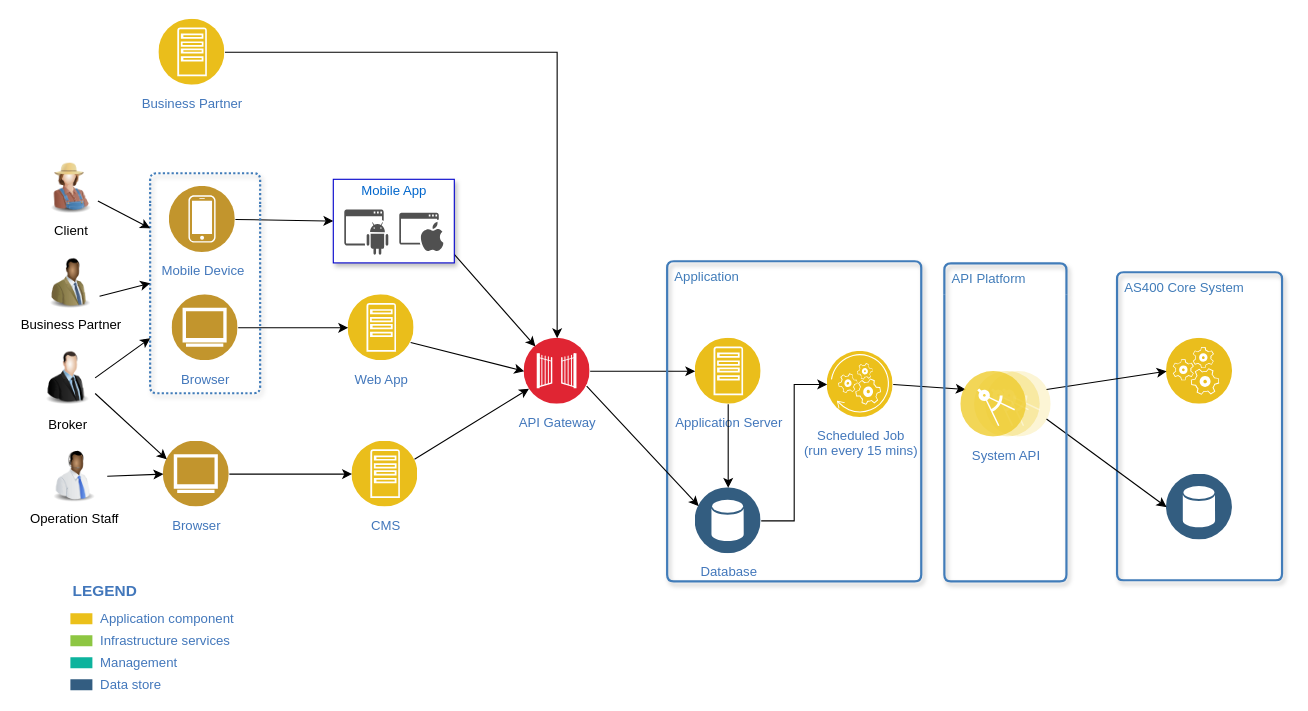
Earlier version of the draw.io diagram page "Logical Component" (1 of 2) of Bravo_Architecture.drawio (whalebig27/change-request-process-diagram). Source tidied: cells renumbered, new cells numbered last; positions are measured from the earlier drawing's top-left corner, leaving out a move shared by most shapes. Both pictures are drawn from the tidied source at 110%, with x=0, y=0 at pixel (40, 19).
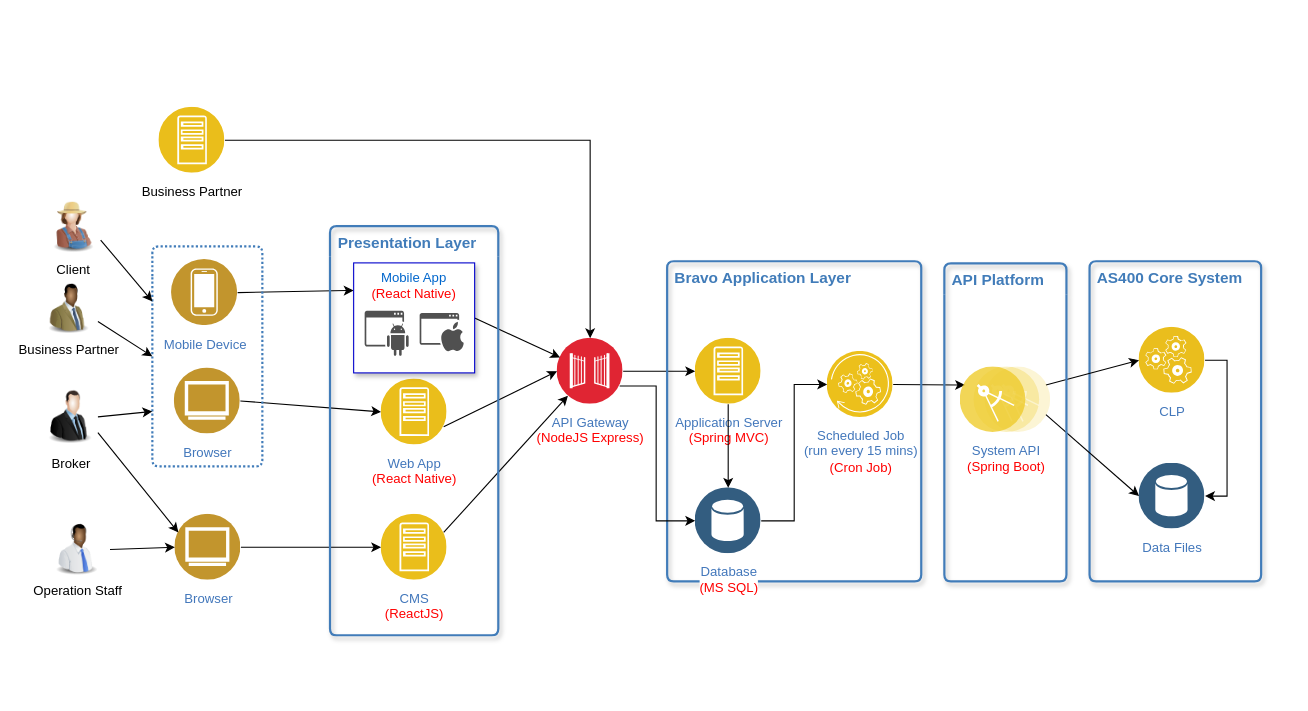
The same page after the edit.

The change refers to these unchanged cells:
```xml
<mxCell id="45" value="Mobile Device" style="perimeter=ellipsePerimeter;html=1;align=center;shadow=0;dashed=0;fontColor=#4277BB;labelBackgroundColor=#ffffff;fontSize=12;spacingTop=3;image;image=img/lib/ibm/users/device.svg;" parent="44" vertex="1">
  <mxGeometry x="17.5" y="12" width="60" height="60" as="geometry" />
</mxCell>
```

What changed in the source:
```diff
@@
-    <mxCell id="2" value="&lt;font style=&quot;font-size: 12px&quot;&gt;CMS&lt;/font&gt;" style="perimeter=ellipsePerimeter;html=1;align=center;shadow=0;dashed=0;fontColor=#4277BB;labelBackgroundColor=#ffffff;fontSize=12;spacingTop=3;image;image=img/lib/ibm/applications/app_server.svg;" parent="1" vertex="1">
-      <mxGeometry x="283.5" y="383.5" width="60" height="60" as="geometry" />
-    </mxCell>
-    <mxCell id="3" value="Web App" style="perimeter=ellipsePerimeter;html=1;align=center;shadow=0;dashed=0;fontColor=#4277BB;labelBackgroundColor=#ffffff;fontSize=12;spacingTop=3;image;image=img/lib/ibm/applications/app_server.svg;" parent="1" vertex="1">
-      <mxGeometry x="280" y="250.5" width="60" height="60" as="geometry" />
-    </mxCell>
@@
     <mxCell id="5" value="Browser" style="perimeter=ellipsePerimeter;html=1;align=center;shadow=0;dashed=0;fontColor=#4277BB;labelBackgroundColor=#ffffff;fontSize=12;spacingTop=3;image;image=img/lib/ibm/users/browser.svg;" parent="1" vertex="1">
-      <mxGeometry x="112" y="383.5" width="60" height="60" as="geometry" />
+      <mxGeometry x="122.5" y="450" width="60" height="60" as="geometry" />
     </mxCell>
-    <mxCell id="6" value="API Gateway" style="perimeter=ellipsePerimeter;html=1;align=center;shadow=0;dashed=0;fontColor=#4277BB;labelBackgroundColor=#ffffff;fontSize=12;spacingTop=3;image;image=img/lib/ibm/security/gateway.svg;" parent="1" vertex="1">
-      <mxGeometry x="440" y="290" width="60" height="60" as="geometry" />
+    <mxCell id="6" value="API Gateway&lt;br&gt;&lt;font color=&quot;#ff0000&quot;&gt;(NodeJS Express)&lt;/font&gt;&lt;br&gt;" style="perimeter=ellipsePerimeter;html=1;align=center;shadow=0;dashed=0;fontColor=#4277BB;labelBackgroundColor=#ffffff;fontSize=12;spacingTop=3;image;image=img/lib/ibm/security/gateway.svg;" parent="1" vertex="1">
+      <mxGeometry x="470" y="290" width="60" height="60" as="geometry" />
     </mxCell>
     <mxCell id="7" value="Broker" style="image;html=1;labelBackgroundColor=#ffffff;image=img/lib/clip_art/people/Suit_Man_128x128.png;" parent="1" vertex="1">
-      <mxGeometry y="297.5" width="50" height="57" as="geometry" />
+      <mxGeometry x="2.5" y="333" width="50" height="57" as="geometry" />
     </mxCell>
     <mxCell id="8" value="Client" style="image;html=1;labelBackgroundColor=#ffffff;image=img/lib/clip_art/people/Farmer_Woman_128x128.png;" parent="1" vertex="1">
-      <mxGeometry x="2.5" y="125.5" width="50" height="53" as="geometry" />
+      <mxGeometry x="5" y="161" width="50" height="53" as="geometry" />
     </mxCell>
     <mxCell id="9" value="Business Partner" style="image;html=1;labelBackgroundColor=#ffffff;image=img/lib/clip_art/people/Suit_Man_Green_Black_128x128.png;" parent="1" vertex="1">
-      <mxGeometry x="1" y="216.5" width="53" height="47" as="geometry" />
+      <mxGeometry x="-0.5" y="239.5" width="53" height="47" as="geometry" />
     </mxCell>
     <mxCell id="10" value="Operation Staff" style="image;html=1;labelBackgroundColor=#ffffff;image=img/lib/clip_art/people/Telesales_Man_Black_128x128.png;" parent="1" vertex="1">
-      <mxGeometry x="1" y="391.5" width="60" height="48" as="geometry" />
+      <mxGeometry x="3.5" y="458" width="60" height="48" as="geometry" />
     </mxCell>
-    <mxCell id="11" value="&lt;font style=&quot;font-size: 12px&quot;&gt;Business Partner&lt;/font&gt;" style="perimeter=ellipsePerimeter;html=1;align=center;shadow=0;dashed=0;fontColor=#4277BB;labelBackgroundColor=#ffffff;fontSize=12;spacingTop=3;image;image=img/lib/ibm/applications/app_server.svg;" parent="1" vertex="1">
-      <mxGeometry x="108" width="60" height="60" as="geometry" />
+    <mxCell id="11" value="&lt;font style=&quot;font-size: 12px&quot;&gt;&lt;font color=&quot;#000000&quot;&gt;Business Partner&lt;/font&gt;&lt;br&gt;&lt;/font&gt;" style="perimeter=ellipsePerimeter;html=1;align=center;shadow=0;dashed=0;fontColor=#4277BB;labelBackgroundColor=#ffffff;fontSize=12;spacingTop=3;image;image=img/lib/ibm/applications/app_server.svg;" parent="1" vertex="1">
+      <mxGeometry x="108" y="80" width="60" height="60" as="geometry" />
     </mxCell>
-    <mxCell id="12" style="rounded=0;jettySize=auto;html=1;exitX=1;exitY=0.5;exitDx=0;exitDy=0;entryX=0;entryY=0.5;entryDx=0;entryDy=0;" parent="1" edge="1" source="45" target="25">
+    <mxCell id="12" style="rounded=0;jettySize=auto;html=1;exitX=1;exitY=0.5;exitDx=0;exitDy=0;entryX=0;entryY=0.25;entryDx=0;entryDy=0;" parent="1" edge="1" source="45" target="55">
       <mxGeometry relative="1" as="geometry" />
     </mxCell>
@@
-    <mxCell id="14" style="rounded=0;jettySize=auto;html=1;" parent="1" edge="1" target="6">
-      <mxGeometry relative="1" as="geometry">
-        <mxPoint x="348.5" y="182" as="sourcePoint" />
-      </mxGeometry>
+    <mxCell id="14" style="rounded=0;jettySize=auto;html=1;exitX=1;exitY=0.5;exitDx=0;exitDy=0;" parent="1" edge="1" source="55" target="6">
+      <mxGeometry relative="1" as="geometry" />
     </mxCell>
@@
-    <mxCell id="18" value="Application component" style="rounded=0;html=1;shadow=0;labelBackgroundColor=none;strokeColor=none;strokeWidth=2;fillColor=#EBC01A;gradientColor=none;fontSize=12;fontColor=#4277BB;align=left;labelPosition=right;verticalLabelPosition=middle;verticalAlign=middle;spacingLeft=5;" parent="1" vertex="1">
-      <mxGeometry x="27.5" y="540" width="20" height="10" as="geometry" />
-    </mxCell>
-    <mxCell id="19" value="Infrastructure services" style="rounded=0;html=1;shadow=0;labelBackgroundColor=none;strokeColor=none;strokeWidth=2;fillColor=#8DC642;gradientColor=none;fontSize=12;fontColor=#4277BB;align=left;labelPosition=right;verticalLabelPosition=middle;verticalAlign=middle;spacingLeft=5;" parent="1" vertex="1">
-      <mxGeometry x="27.5" y="560" width="20" height="10" as="geometry" />
-    </mxCell>
-    <mxCell id="20" value="Management" style="rounded=0;html=1;shadow=0;labelBackgroundColor=none;strokeColor=none;strokeWidth=2;fillColor=#0DB39D;gradientColor=none;fontSize=12;fontColor=#4277BB;align=left;labelPosition=right;verticalLabelPosition=middle;verticalAlign=middle;spacingLeft=5;" parent="1" vertex="1">
-      <mxGeometry x="27.5" y="580" width="20" height="10" as="geometry" />
-    </mxCell>
-    <mxCell id="21" value="Data store" style="rounded=0;html=1;shadow=0;labelBackgroundColor=none;strokeColor=none;strokeWidth=2;fillColor=#335D81;gradientColor=none;fontSize=12;fontColor=#4277BB;align=left;labelPosition=right;verticalLabelPosition=middle;verticalAlign=middle;spacingLeft=5;" parent="1" vertex="1">
-      <mxGeometry x="27.5" y="600" width="20" height="10" as="geometry" />
-    </mxCell>
-    <mxCell id="22" value="LEGEND" style="text;html=1;align=left;verticalAlign=middle;fontColor=#4277BB;shadow=0;dashed=0;strokeColor=none;fillColor=none;labelBackgroundColor=none;fontStyle=1;fontSize=14;spacingLeft=0;" parent="1" vertex="1">
-      <mxGeometry x="27.5" y="510" width="150" height="20" as="geometry" />
-    </mxCell>
     <mxCell id="23" style="group;" parent="1" vertex="1">
-      <mxGeometry x="266.5" y="145.5" width="110" height="76" as="geometry" />
+      <mxGeometry x="266.5" y="180" width="150" height="380" as="geometry" />
     </mxCell>
     <mxCell id="24" style="group;shadow=1;" parent="23" vertex="1">
-      <mxGeometry width="110" height="76" as="geometry" />
+      <mxGeometry width="150" height="380" as="geometry" />
     </mxCell>
-    <mxCell id="25" style="rounded=0;whiteSpace=wrap;html=1;shadow=1;strokeColor=#0000CC;strokeWidth=1;" parent="24" vertex="1">
-      <mxGeometry width="110" height="76" as="geometry" />
-    </mxCell>
-    <mxCell id="26" style="shadow=0;dashed=0;html=1;strokeColor=none;fillColor=#505050;labelPosition=center;verticalLabelPosition=bottom;verticalAlign=top;align=center;shape=mxgraph.office.concepts.application_android;" parent="24" vertex="1">
-      <mxGeometry x="10" y="27.5" width="40" height="41" as="geometry" />
-    </mxCell>
-    <mxCell id="27" style="shadow=0;dashed=0;html=1;strokeColor=none;fillColor=#505050;labelPosition=center;verticalLabelPosition=bottom;verticalAlign=top;align=center;shape=mxgraph.office.concepts.application_ios;" parent="24" vertex="1">
-      <mxGeometry x="60" y="30.5" width="40" height="35" as="geometry" />
-    </mxCell>
-    <mxCell id="28" value="Mobile App" style="text;html=1;strokeColor=none;fillColor=none;align=center;verticalAlign=middle;whiteSpace=wrap;rounded=0;shadow=1;fontColor=#0066CC;" parent="24" vertex="1">
-      <mxGeometry x="15" width="80" height="20" as="geometry" />
-    </mxCell>
+    <mxCell id="53" value="&lt;b&gt;&lt;font style=&quot;font-size: 14px&quot;&gt;Presentation Layer&lt;/font&gt;&lt;/b&gt;" style="swimlane;fontStyle=0;horizontal=1;startSize=28;swimlaneLine=0;swimlaneFillColor=none;fillColor=none;rounded=1;whiteSpace=wrap;html=1;absoluteArcSize=1;arcSize=12;strokeColor=#417CB9;fontColor=#417CB9;verticalAlign=top;align=left;spacingLeft=5;dashed=0;strokeWidth=2;shadow=1;dashPattern=1 1;" parent="24" vertex="1">
+      <mxGeometry x="-3" y="8" width="153" height="372" as="geometry" />
+    </mxCell>
+    <mxCell id="3" value="Web App&lt;br&gt;&lt;font color=&quot;#ff0000&quot;&gt;(React Native)&lt;/font&gt;&lt;br&gt;" style="perimeter=ellipsePerimeter;html=1;align=center;shadow=0;dashed=0;fontColor=#4277BB;labelBackgroundColor=#ffffff;fontSize=12;spacingTop=3;image;image=img/lib/ibm/applications/app_server.svg;" parent="53" vertex="1">
+      <mxGeometry x="46.5" y="139" width="60" height="60" as="geometry" />
+    </mxCell>
+    <mxCell id="2" value="&lt;font style=&quot;font-size: 12px&quot;&gt;CMS&lt;br&gt;&lt;font color=&quot;#ff0000&quot;&gt;(ReactJS)&lt;/font&gt;&lt;br&gt;&lt;/font&gt;" style="perimeter=ellipsePerimeter;html=1;align=center;shadow=0;dashed=0;fontColor=#4277BB;labelBackgroundColor=#ffffff;fontSize=12;spacingTop=3;image;image=img/lib/ibm/applications/app_server.svg;" parent="53" vertex="1">
+      <mxGeometry x="46.5" y="262" width="60" height="60" as="geometry" />
+    </mxCell>
+    <mxCell id="54" style="group;" parent="53" vertex="1">
+      <mxGeometry x="21.5" y="43.5" width="110" height="90" as="geometry" />
+    </mxCell>
+    <mxCell id="55" style="rounded=0;whiteSpace=wrap;html=1;shadow=1;strokeColor=#0000CC;strokeWidth=1;" parent="54" vertex="1">
+      <mxGeometry y="-10" width="110" height="100" as="geometry" />
+    </mxCell>
+    <mxCell id="56" style="shadow=0;dashed=0;html=1;strokeColor=none;fillColor=#505050;labelPosition=center;verticalLabelPosition=bottom;verticalAlign=top;align=center;shape=mxgraph.office.concepts.application_android;" parent="54" vertex="1">
+      <mxGeometry x="10" y="33.5" width="40" height="41" as="geometry" />
+    </mxCell>
+    <mxCell id="57" style="shadow=0;dashed=0;html=1;strokeColor=none;fillColor=#505050;labelPosition=center;verticalLabelPosition=bottom;verticalAlign=top;align=center;shape=mxgraph.office.concepts.application_ios;" parent="54" vertex="1">
+      <mxGeometry x="60" y="35.5" width="40" height="35" as="geometry" />
+    </mxCell>
+    <mxCell id="58" value="Mobile App&lt;br&gt;&lt;font color=&quot;#ff0000&quot;&gt;(React Native)&lt;/font&gt;&lt;br&gt;" style="text;html=1;strokeColor=none;fillColor=none;align=center;verticalAlign=middle;whiteSpace=wrap;rounded=0;shadow=1;fontColor=#0066CC;" parent="54" vertex="1">
+      <mxGeometry x="15" width="80" height="20" as="geometry" />
+    </mxCell>
-    <mxCell id="29" value="AS400 Core System" style="swimlane;fontStyle=0;horizontal=1;startSize=28;swimlaneLine=0;swimlaneFillColor=none;fillColor=none;rounded=1;whiteSpace=wrap;html=1;absoluteArcSize=1;arcSize=12;strokeColor=#417CB9;fontColor=#417CB9;verticalAlign=top;align=left;spacingLeft=5;dashed=0;strokeWidth=2;shadow=1;" parent="1" vertex="1">
-      <mxGeometry x="979" y="230" width="150" height="280" as="geometry" />
+    <mxCell id="29" value="&lt;b&gt;&lt;font style=&quot;font-size: 14px&quot;&gt;AS400 Core System&lt;/font&gt;&lt;/b&gt;" style="swimlane;fontStyle=0;horizontal=1;startSize=28;swimlaneLine=0;swimlaneFillColor=none;fillColor=none;rounded=1;whiteSpace=wrap;html=1;absoluteArcSize=1;arcSize=12;strokeColor=#417CB9;fontColor=#417CB9;verticalAlign=top;align=left;spacingLeft=5;dashed=0;strokeWidth=2;shadow=1;" parent="1" vertex="1">
+      <mxGeometry x="954" y="220" width="156" height="291" as="geometry" />
     </mxCell>
-    <mxCell id="30" style="perimeter=ellipsePerimeter;html=1;align=center;shadow=0;dashed=0;fontColor=#4277BB;labelBackgroundColor=#ffffff;fontSize=12;spacingTop=3;image;image=img/lib/ibm/data/data_services.svg;strokeColor=#0000CC;strokeWidth=1;" parent="29" vertex="1">
+    <mxCell id="30" value="Data Files" style="perimeter=ellipsePerimeter;html=1;align=center;shadow=0;dashed=0;fontColor=#4277BB;labelBackgroundColor=#ffffff;fontSize=12;spacingTop=3;image;image=img/lib/ibm/data/data_services.svg;strokeColor=#0000CC;strokeWidth=1;" parent="29" vertex="1">
       <mxGeometry x="45" y="183.5" width="60" height="60" as="geometry" />
     </mxCell>
-    <mxCell id="31" style="perimeter=ellipsePerimeter;html=1;align=center;shadow=0;dashed=0;fontColor=#4277BB;labelBackgroundColor=#ffffff;fontSize=12;spacingTop=3;image;image=img/lib/ibm/applications/runtime_services.svg;dashPattern=1 1;strokeColor=#0000CC;strokeWidth=3;" parent="29" vertex="1">
+    <mxCell id="31" value="CLP" style="perimeter=ellipsePerimeter;html=1;align=center;shadow=0;dashed=0;fontColor=#4277BB;labelBackgroundColor=#ffffff;fontSize=12;spacingTop=3;image;image=img/lib/ibm/applications/runtime_services.svg;dashPattern=1 1;strokeColor=#0000CC;strokeWidth=3;" parent="29" vertex="1">
       <mxGeometry x="45" y="60" width="60" height="60" as="geometry" />
     </mxCell>
+    <mxCell id="59" style="rounded=0;jettySize=auto;html=1;entryX=1;entryY=0.5;entryDx=0;entryDy=0;exitX=1;exitY=0.5;exitDx=0;exitDy=0;edgeStyle=orthogonalEdgeStyle;" parent="29" edge="1" source="31" target="30">
+      <mxGeometry relative="1" as="geometry" />
+    </mxCell>
@@
-    <mxCell id="35" value="Application" style="swimlane;fontStyle=0;horizontal=1;startSize=28;swimlaneLine=0;swimlaneFillColor=none;fillColor=none;rounded=1;whiteSpace=wrap;html=1;absoluteArcSize=1;arcSize=12;strokeColor=#417CB9;fontColor=#417CB9;verticalAlign=top;align=left;spacingLeft=5;dashed=0;strokeWidth=2;shadow=1;" parent="1" vertex="1">
+    <mxCell id="35" value="&lt;b&gt;&lt;font style=&quot;font-size: 14px&quot;&gt;Bravo Application Layer&lt;/font&gt;&lt;/b&gt;" style="swimlane;fontStyle=0;horizontal=1;startSize=28;swimlaneLine=0;swimlaneFillColor=none;fillColor=none;rounded=1;whiteSpace=wrap;html=1;absoluteArcSize=1;arcSize=12;strokeColor=#417CB9;fontColor=#417CB9;verticalAlign=top;align=left;spacingLeft=5;dashed=0;strokeWidth=2;shadow=1;" parent="1" vertex="1">
       <mxGeometry x="570" y="220" width="231" height="291" as="geometry" />
     </mxCell>
-    <mxCell id="36" value="&lt;font style=&quot;font-size: 12px&quot;&gt;Application Server&lt;/font&gt;" style="perimeter=ellipsePerimeter;html=1;align=center;shadow=0;dashed=0;fontColor=#4277BB;labelBackgroundColor=#ffffff;fontSize=12;spacingTop=3;image;image=img/lib/ibm/applications/app_server.svg;" parent="35" vertex="1">
+    <mxCell id="36" value="&lt;font style=&quot;font-size: 12px&quot;&gt;Application Server&lt;br&gt;&lt;font color=&quot;#ff0000&quot;&gt;(Spring MVC)&lt;/font&gt;&lt;br&gt;&lt;/font&gt;" style="perimeter=ellipsePerimeter;html=1;align=center;shadow=0;dashed=0;fontColor=#4277BB;labelBackgroundColor=#ffffff;fontSize=12;spacingTop=3;image;image=img/lib/ibm/applications/app_server.svg;" parent="35" vertex="1">
       <mxGeometry x="25.5" y="70" width="60" height="60" as="geometry" />
     </mxCell>
-    <mxCell id="37" value="Database" style="perimeter=ellipsePerimeter;html=1;align=center;shadow=0;dashed=0;fontColor=#4277BB;labelBackgroundColor=#ffffff;fontSize=12;spacingTop=3;image;image=img/lib/ibm/data/data_services.svg;strokeColor=#0000CC;strokeWidth=1;" parent="35" vertex="1">
+    <mxCell id="37" value="Database&lt;br&gt;&lt;font color=&quot;#ff0000&quot;&gt;(MS SQL)&lt;/font&gt;&lt;br&gt;" style="perimeter=ellipsePerimeter;html=1;align=center;shadow=0;dashed=0;fontColor=#4277BB;labelBackgroundColor=#ffffff;fontSize=12;spacingTop=3;image;image=img/lib/ibm/data/data_services.svg;strokeColor=#0000CC;strokeWidth=1;" parent="35" vertex="1">
       <mxGeometry x="25.5" y="206" width="60" height="60" as="geometry" />
     </mxCell>
@@
-    <mxCell id="39" value="Scheduled Job &lt;br&gt;(run every 15 mins)" style="perimeter=ellipsePerimeter;html=1;align=center;shadow=0;dashed=0;fontColor=#4277BB;labelBackgroundColor=#ffffff;fontSize=12;spacingTop=3;image;image=img/lib/ibm/applications/api_polyglot_runtimes.svg;strokeColor=#0000CC;strokeWidth=1;" parent="35" vertex="1">
+    <mxCell id="39" value="Scheduled Job &lt;br&gt;(run every 15 mins)&lt;br&gt;&lt;font color=&quot;#ff0000&quot;&gt;(Cron Job)&lt;/font&gt;&lt;br&gt;" style="perimeter=ellipsePerimeter;html=1;align=center;shadow=0;dashed=0;fontColor=#4277BB;labelBackgroundColor=#ffffff;fontSize=12;spacingTop=3;image;image=img/lib/ibm/applications/api_polyglot_runtimes.svg;strokeColor=#0000CC;strokeWidth=1;" parent="35" vertex="1">
       <mxGeometry x="145.5" y="82" width="60" height="60" as="geometry" />
     </mxCell>
@@
-    <mxCell id="44" style="swimlane;fontStyle=0;horizontal=1;startSize=28;swimlaneLine=0;swimlaneFillColor=none;fillColor=none;rounded=1;whiteSpace=wrap;html=1;absoluteArcSize=1;arcSize=12;strokeColor=#417CB9;fontColor=#417CB9;verticalAlign=top;align=left;spacingLeft=5;dashed=1;strokeWidth=2;shadow=1;dashPattern=1 1;" parent="1" vertex="1">
-      <mxGeometry x="100" y="140" width="100" height="200" as="geometry" />
+    <mxCell id="44" style="swimlane;fontStyle=0;horizontal=1;startSize=28;swimlaneLine=0;swimlaneFillColor=none;fillColor=none;rounded=1;whiteSpace=wrap;html=1;absoluteArcSize=1;arcSize=12;strokeColor=#417CB9;fontColor=#417CB9;verticalAlign=top;align=left;spacingLeft=5;dashed=1;strokeWidth=2;shadow=0;dashPattern=1 1;" parent="1" vertex="1">
+      <mxGeometry x="102" y="206.5" width="100" height="200" as="geometry" />
     </mxCell>
@@
-    <mxCell id="50" style="rounded=0;jettySize=auto;html=1;entryX=0;entryY=0.25;entryDx=0;entryDy=0;exitX=1;exitY=0.75;exitDx=0;exitDy=0;" parent="1" edge="1" source="6" target="37">
-      <mxGeometry relative="1" as="geometry" />
+    <mxCell id="50" style="rounded=0;jettySize=auto;html=1;entryX=0;entryY=0.5;entryDx=0;entryDy=0;exitX=1;exitY=0.75;exitDx=0;exitDy=0;edgeStyle=orthogonalEdgeStyle;" parent="1" edge="1" source="6" target="37">
+      <mxGeometry relative="1" as="geometry">
+        <Array as="points">
+          <mxPoint x="560" y="334" />
+          <mxPoint x="560" y="456" />
+        </Array>
+      </mxGeometry>
     </mxCell>
-    <mxCell id="51" value="API Platform" style="swimlane;fontStyle=0;horizontal=1;startSize=28;swimlaneLine=0;swimlaneFillColor=none;fillColor=none;rounded=1;whiteSpace=wrap;html=1;absoluteArcSize=1;arcSize=12;strokeColor=#417CB9;fontColor=#417CB9;verticalAlign=top;align=left;spacingLeft=5;dashed=0;strokeWidth=2;shadow=1;dashPattern=1 1;" parent="1" vertex="1">
+    <mxCell id="51" value="&lt;b&gt;&lt;font style=&quot;font-size: 14px&quot;&gt;API Platform&lt;/font&gt;&lt;/b&gt;" style="swimlane;fontStyle=0;horizontal=1;startSize=28;swimlaneLine=0;swimlaneFillColor=none;fillColor=none;rounded=1;whiteSpace=wrap;html=1;absoluteArcSize=1;arcSize=12;strokeColor=#417CB9;fontColor=#417CB9;verticalAlign=top;align=left;spacingLeft=5;dashed=0;strokeWidth=2;shadow=1;dashPattern=1 1;" parent="1" vertex="1">
       <mxGeometry x="822" y="222" width="111" height="289" as="geometry" />
     </mxCell>
-    <mxCell id="52" value="System API" style="perimeter=ellipsePerimeter;html=1;align=center;shadow=0;dashed=0;fontColor=#4277BB;labelBackgroundColor=#ffffff;fontSize=12;spacingTop=3;image;image=img/lib/ibm/applications/microservice.svg;dashPattern=1 1;strokeColor=#0000CC;strokeWidth=3;" parent="51" vertex="1">
-      <mxGeometry x="15" y="98" width="82.2" height="60" as="geometry" />
+    <mxCell id="52" value="System API&lt;br&gt;&lt;font color=&quot;#ff0000&quot;&gt;(Spring Boot)&lt;/font&gt;&lt;br&gt;" style="perimeter=ellipsePerimeter;html=1;align=center;shadow=0;dashed=0;fontColor=#4277BB;labelBackgroundColor=#ffffff;fontSize=12;spacingTop=3;image;image=img/lib/ibm/applications/microservice.svg;dashPattern=1 1;strokeColor=#0000CC;strokeWidth=3;" parent="51" vertex="1">
+      <mxGeometry x="14.5" y="94" width="82.2" height="60" as="geometry" />
     </mxCell>
```
